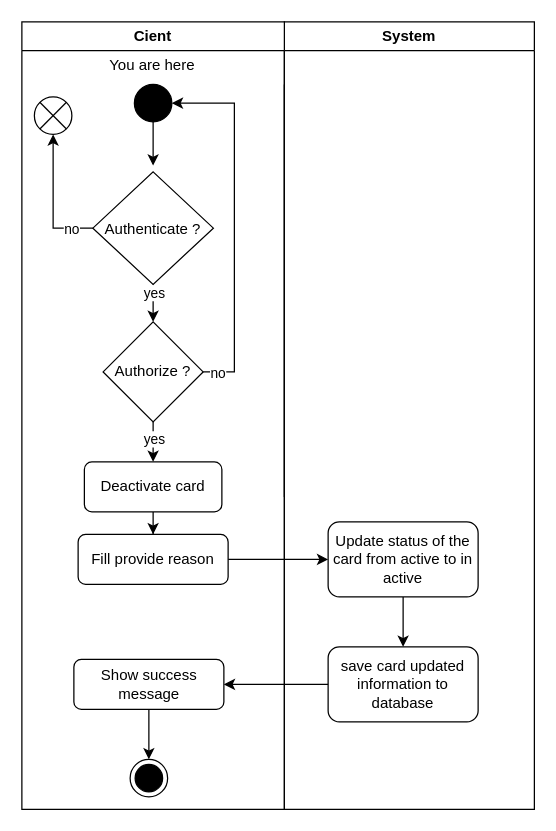
Earlier version of the draw.io diagram page "Page-8" (8 of 8) of Activity diagram for customer.drawio (VuthyPanha/Public-test). Source tidied: cells renumbered, new cells numbered last; positions are measured from the earlier drawing's top-left corner, leaving out a move shared by most shapes. Both pictures are drawn from the tidied source at 125%, with x=0, y=0 at pixel (21, 21).
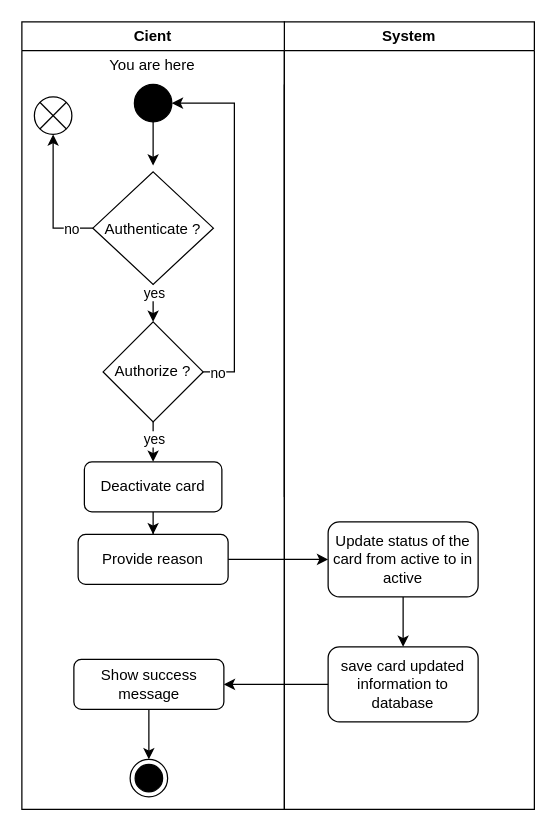
After the change.

Change to the diagram source:
```diff
@@
-    <mxCell id="22" value="Fill provide reason" style="whiteSpace=wrap;html=1;rounded=1;" parent="1" vertex="1">
+    <mxCell id="22" value="Provide reason" style="whiteSpace=wrap;html=1;rounded=1;" parent="1" vertex="1">
       <mxGeometry x="45" y="410" width="120" height="40" as="geometry" />
     </mxCell>
```
